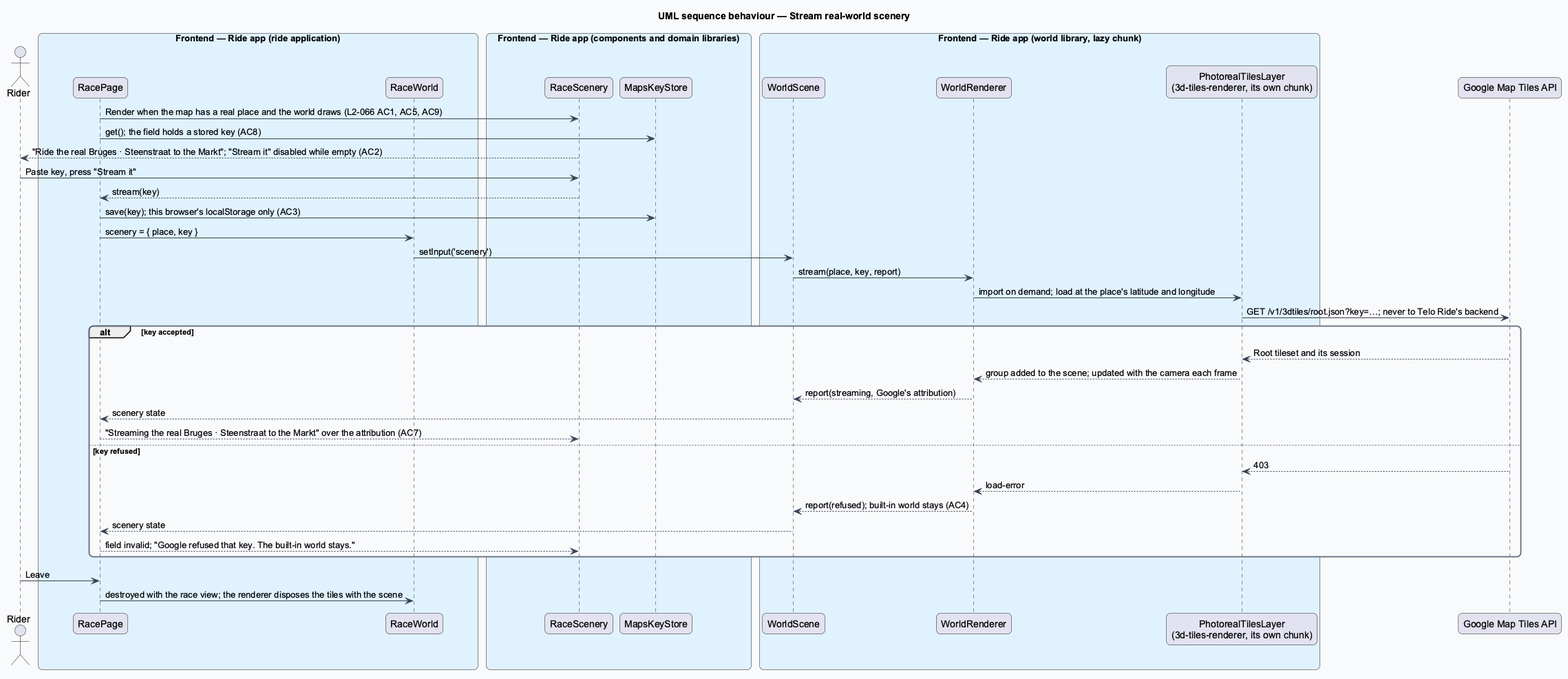
QuinntyneBrown/ride-one keeps this PlantUML diagram as docs/detailed-designs/race/render-the-race-world/diagrams/sequence-stream-real-scenery.png. Above is the earlier version.
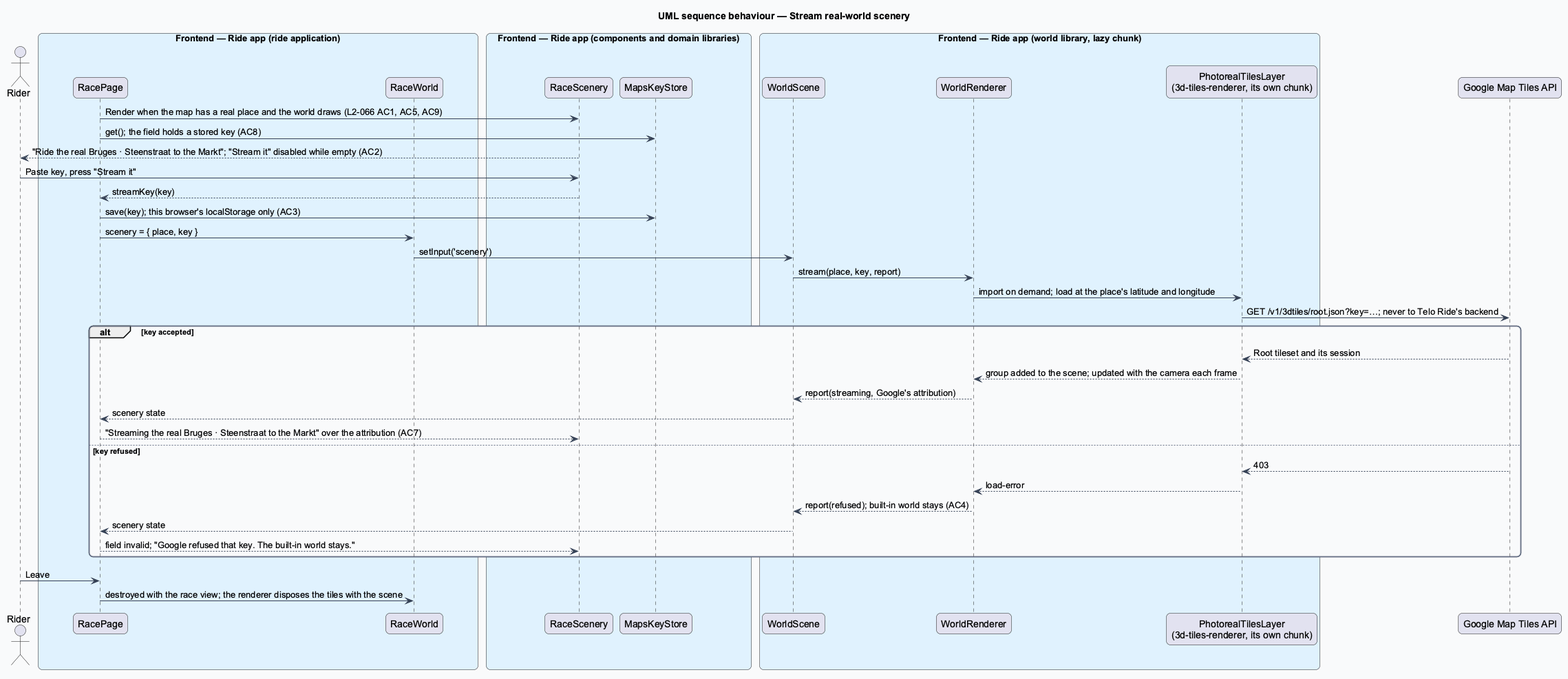
After the change.

The edit, as a diff of the source:
```diff
@@ -33,7 +33,7 @@
 page -> keys : get(); the field holds a stored key (AC8)
 panel --> actor : "Ride the real Bruges · Steenstraat to the Markt"; "Stream it" disabled while empty (AC2)
 actor -> panel : Paste key, press "Stream it"
-panel --> page : stream(key)
+panel --> page : streamKey(key)
 page -> keys : save(key); this browser's localStorage only (AC3)
 page -> rworld : scenery = { place, key }
 rworld -> scene : setInput('scenery')
```
